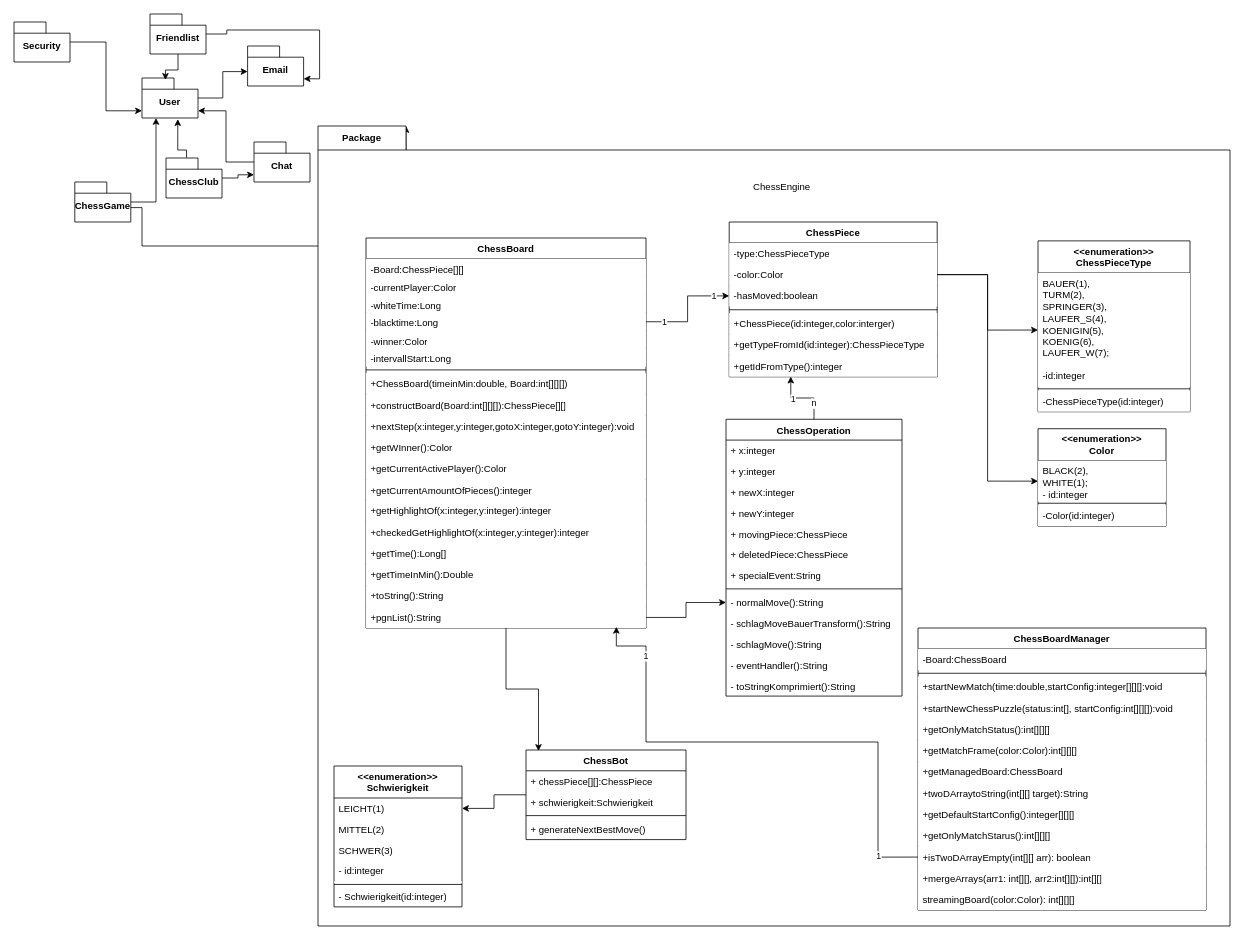
Kaan2474/ChesSEP keeps this draw.io diagram as Projektmappe/Zyklus 3/Package ChessEngine.drawio. Above is the earlier version. Source tidied: cells renumbered, new cells numbered last; positions are measured from the earlier drawing's top-left corner, leaving out a move shared by most shapes. Both pictures are drawn from the tidied source at 80%, with x=0, y=0 at pixel (14, 14).
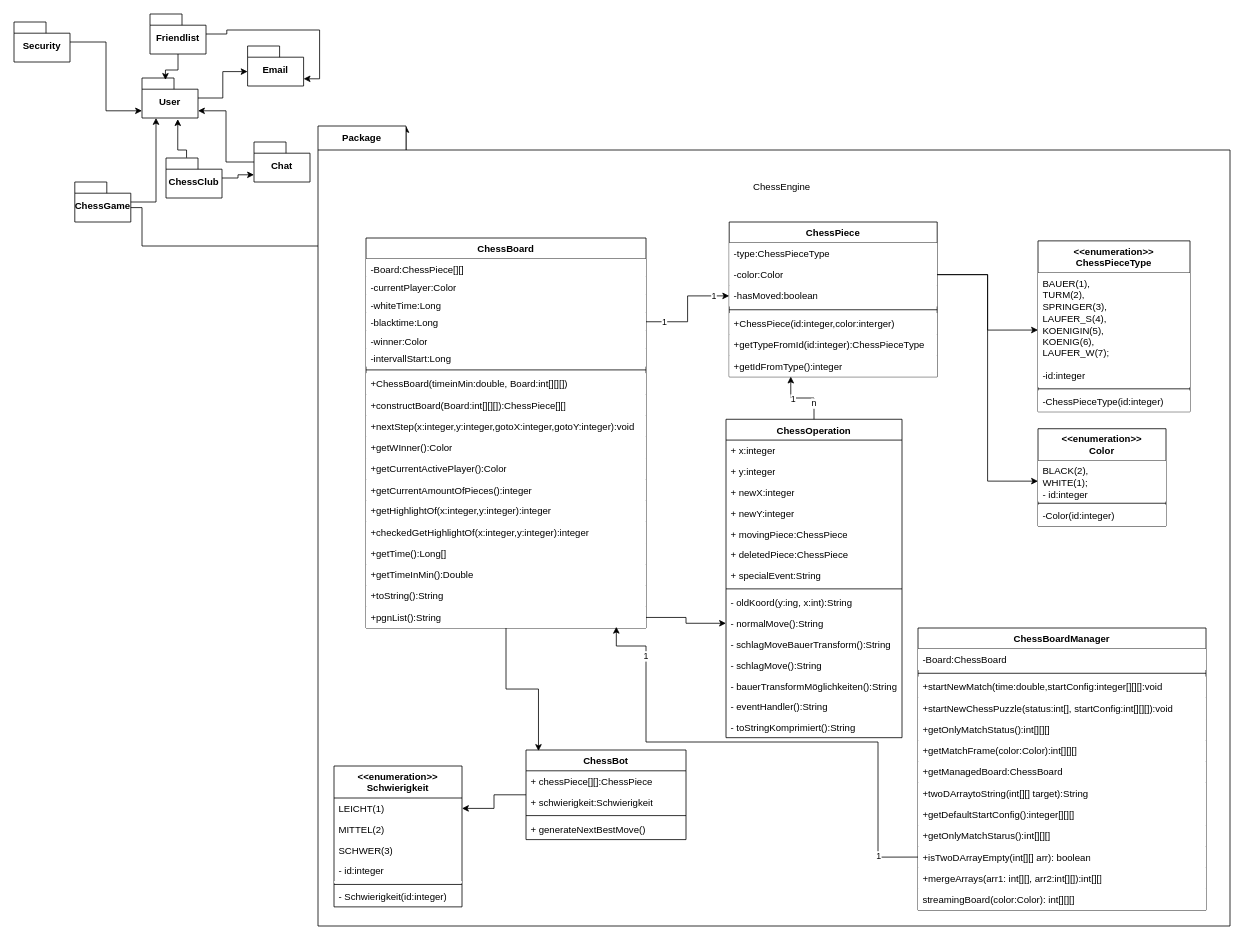
Above is the later version.

What changed in the source:
```diff
@@
     <mxCell id="78" value="ChessOperation" style="swimlane;fontStyle=1;align=center;verticalAlign=top;horizontal=1;startSize=26;whiteSpace=wrap;html=1;" parent="1" vertex="1">
-      <mxGeometry x="890" y="506.6" width="220" height="346" as="geometry" />
+      <mxGeometry x="890" y="506.6" width="220" height="398" as="geometry" />
     </mxCell>
@@
+    <mxCell id="111" value="- oldKoord(y:ing, x:int):String" style="text;strokeColor=none;fillColor=none;align=left;verticalAlign=top;spacingLeft=4;spacingRight=4;overflow=hidden;whiteSpace=wrap;html=1;" parent="78" vertex="1">
+      <mxGeometry y="216" width="220" height="26" as="geometry" />
+    </mxCell>
     <mxCell id="87" value="- normalMove():String" style="text;strokeColor=none;fillColor=none;align=left;verticalAlign=top;spacingLeft=4;spacingRight=4;overflow=hidden;points=[[0,0.5],[1,0.5]];portConstraint=eastwest;whiteSpace=wrap;html=1;" parent="78" vertex="1">
-      <mxGeometry y="216" width="220" height="26" as="geometry" />
+      <mxGeometry y="242" width="220" height="26" as="geometry" />
     </mxCell>
     <mxCell id="88" value="- schlagMoveBauerTransform():String" style="text;strokeColor=none;fillColor=none;align=left;verticalAlign=top;spacingLeft=4;spacingRight=4;overflow=hidden;whiteSpace=wrap;html=1;" parent="78" vertex="1">
-      <mxGeometry y="242" width="220" height="26" as="geometry" />
+      <mxGeometry y="268" width="220" height="26" as="geometry" />
     </mxCell>
     <mxCell id="89" value="- schlagMove():String" style="text;strokeColor=none;fillColor=none;align=left;verticalAlign=top;spacingLeft=4;spacingRight=4;overflow=hidden;whiteSpace=wrap;html=1;" parent="78" vertex="1">
-      <mxGeometry y="268" width="220" height="26" as="geometry" />
+      <mxGeometry y="294" width="220" height="26" as="geometry" />
     </mxCell>
+    <mxCell id="112" value="- bauerTransformMöglichkeiten():String" style="text;strokeColor=none;fillColor=none;align=left;verticalAlign=top;spacingLeft=4;spacingRight=4;overflow=hidden;whiteSpace=wrap;html=1;" parent="78" vertex="1">
+      <mxGeometry y="320" width="220" height="26" as="geometry" />
+    </mxCell>
     <mxCell id="90" value="- eventHandler():String" style="text;strokeColor=none;fillColor=none;align=left;verticalAlign=top;spacingLeft=4;spacingRight=4;overflow=hidden;whiteSpace=wrap;html=1;" parent="78" vertex="1">
-      <mxGeometry y="294" width="220" height="26" as="geometry" />
+      <mxGeometry y="346" width="220" height="26" as="geometry" />
     </mxCell>
     <mxCell id="91" value="- toStringKomprimiert():String" style="text;strokeColor=none;fillColor=none;align=left;verticalAlign=top;spacingLeft=4;spacingRight=4;overflow=hidden;whiteSpace=wrap;html=1;" parent="78" vertex="1">
-      <mxGeometry y="320" width="220" height="26" as="geometry" />
+      <mxGeometry y="372" width="220" height="26" as="geometry" />
     </mxCell>
```
